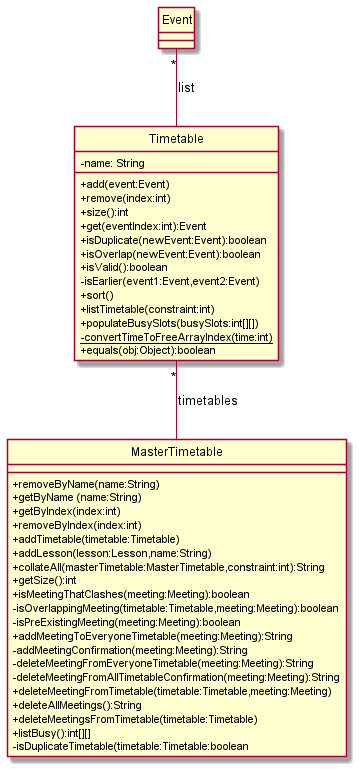
Earlier version of the PlantUML export docs/images/TimetableClassDiagram.png (nus-cs2113-AY2122S2/tp). The source it was exported from:
```plantuml
@startuml
hide circle
skinparam classAttributeIconSize 0

class Timetable {
    -name: String
    +add(event:Event)
    +remove(index:int)
    +size():int
    +get(eventIndex:int):Event
    +isDuplicate(newEvent:Event):boolean
    +isOverlap(newEvent:Event):boolean
    +isValid():boolean
    -isEarlier(event1:Event,event2:Event)
    +sort()
    +listTimetable(constraint:int)
    +populateBusySlots(busySlots:int[][])
    -{static}convertTimeToFreeArrayIndex(time:int)
    +equals(obj:Object):boolean
}

class MasterTimetable {
    +removeByName(name:String)
    +getByName (name:String)
    +getByIndex(index:int)
    +removeByIndex(index:int)
    +addTimetable(timetable:Timetable)
    +addLesson(lesson:Lesson,name:String)
    +collateAll(masterTimetable:MasterTimetable,constraint:int):String
    +getSize():int
    +isMeetingThatClashes(meeting:Meeting):boolean
    -isOverlappingMeeting(timetable:Timetable,meeting:Meeting):boolean
    -isPreExistingMeeting(meeting:Meeting):boolean
    +addMeetingToEveryoneTimetable(meeting:Meeting):String
    -addMeetingConfirmation(meeting:Meeting):String
    -deleteMeetingFromEveryoneTimetable(meeting:Meeting):String
    -deleteMeetingFromAllTimetableConfirmation(meeting:Meeting):String
    +deleteMeetingFromTimetable(timetable:Timetable,meeting:Meeting)
    +deleteAllMeetings():String
    +deleteMeetingsFromTimetable(timetable:Timetable)
    +listBusy():int[][]
    -isDuplicateTimetable(timetable:Timetable:boolean
}

class Event {

}

"Timetable" -u- "*" "Event" : list
"MasterTimetable" -u- "*" "Timetable" : timetables
@enduml
```
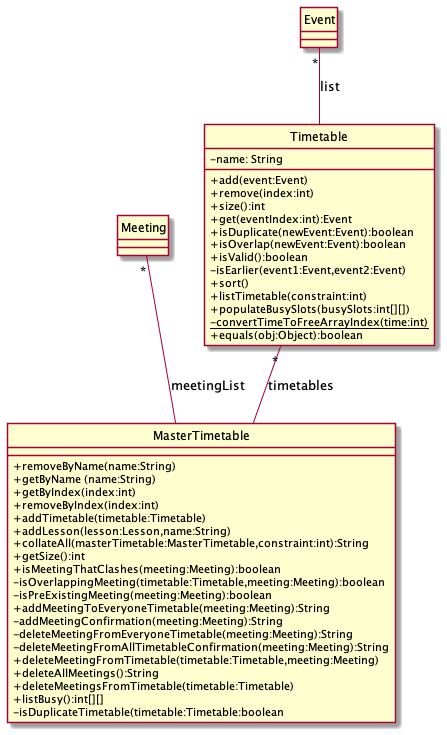
Above is the later version.

Commit message:
Change sequence diagram

What changed in the source:
```diff
@@ -46,6 +46,10 @@
 
 }
 
+class Meeting {
+}
+
 "Timetable" -u- "*" "Event" : list
 "MasterTimetable" -u- "*" "Timetable" : timetables
+"MasterTimetable" -u- "*" "Meeting" : meetingList
 @enduml
```
